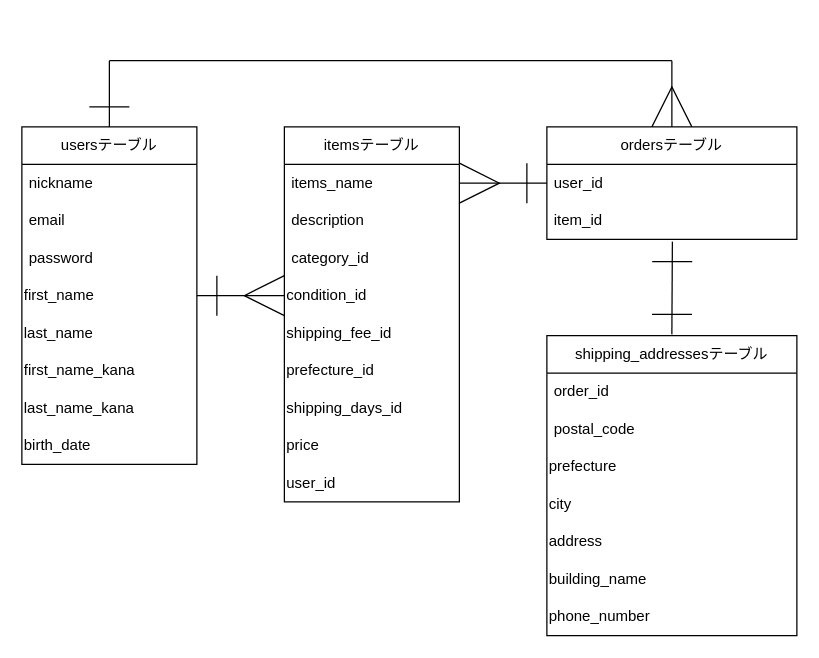
Before: er.dio in d-magaki/furima-42189, a draw.io diagram. Source tidied: cells renumbered, new cells numbered last; positions are measured from the earlier drawing's top-left corner, leaving out a move shared by most shapes. Both pictures are drawn from the tidied source at 125%, with x=0, y=0 at pixel (21, 54).
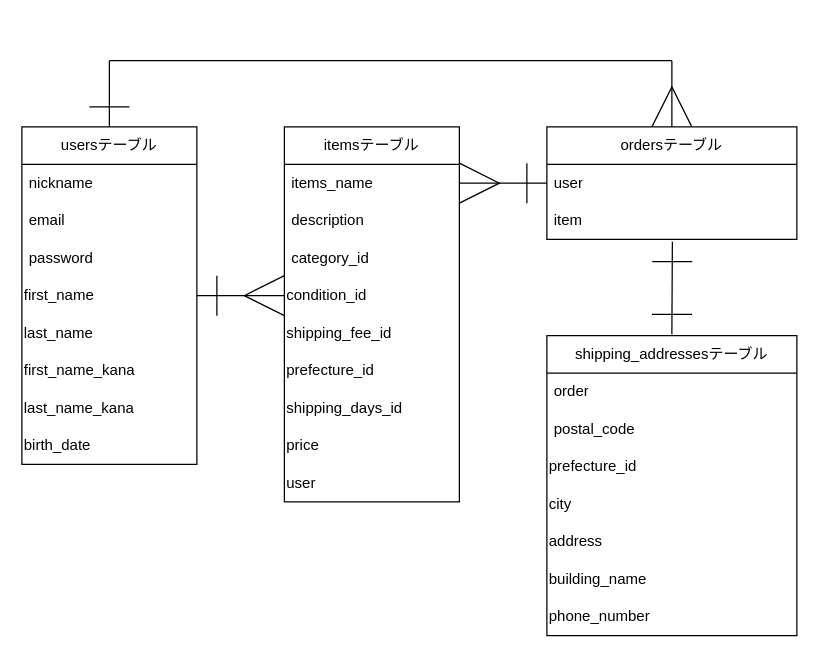
Above is the later version.

Unchanged cells that the change refers to:
```xml
<mxCell id="12" value="itemsテーブル" style="swimlane;fontStyle=0;horizontal=1;startSize=30;whiteSpace=wrap;html=1;" parent="1" vertex="1">
  <mxGeometry x="210" y="58" width="140" height="300" as="geometry" />
</mxCell>
<mxCell id="23" value="ordersテーブル" style="swimlane;fontStyle=0;horizontal=1;startSize=30;whiteSpace=wrap;html=1;" parent="1" vertex="1">
  <mxGeometry x="420" y="58" width="200" height="90" as="geometry" />
</mxCell>
<mxCell id="26" value="shipping_addressesテーブル" style="swimlane;fontStyle=0;horizontal=1;startSize=30;whiteSpace=wrap;html=1;" parent="1" vertex="1">
  <mxGeometry x="420" y="225" width="200" height="240" as="geometry" />
</mxCell>
```

What changed in the source:
```diff
@@
-    <mxCell id="21" value="user_id" style="text;html=1;align=left;verticalAlign=middle;whiteSpace=wrap;rounded=0;" parent="12" vertex="1">
+    <mxCell id="21" value="user" style="text;html=1;align=left;verticalAlign=middle;whiteSpace=wrap;rounded=0;" parent="12" vertex="1">
       <mxGeometry y="270" width="140" height="30" as="geometry" />
     </mxCell>
@@
-    <mxCell id="24" value="user_id" style="text;strokeColor=none;fillColor=none;align=left;verticalAlign=middle;spacingLeft=4;spacingRight=4;overflow=hidden;points=[[0,0.5],[1,0.5]];portConstraint=eastwest;whiteSpace=wrap;html=1;" parent="23" vertex="1">
+    <mxCell id="24" value="user" style="text;strokeColor=none;fillColor=none;align=left;verticalAlign=middle;spacingLeft=4;spacingRight=4;overflow=hidden;points=[[0,0.5],[1,0.5]];portConstraint=eastwest;whiteSpace=wrap;html=1;" parent="23" vertex="1">
       <mxGeometry y="30" width="200" height="30" as="geometry" />
     </mxCell>
-    <mxCell id="25" value="item_id" style="text;strokeColor=none;fillColor=none;align=left;verticalAlign=middle;spacingLeft=4;spacingRight=4;overflow=hidden;whiteSpace=wrap;html=1;" parent="23" vertex="1">
+    <mxCell id="25" value="item" style="text;strokeColor=none;fillColor=none;align=left;verticalAlign=middle;spacingLeft=4;spacingRight=4;overflow=hidden;whiteSpace=wrap;html=1;" parent="23" vertex="1">
       <mxGeometry y="60" width="200" height="30" as="geometry" />
     </mxCell>
@@
-    <mxCell id="27" value="order_id&amp;nbsp;" style="text;strokeColor=none;fillColor=none;align=left;verticalAlign=middle;spacingLeft=4;spacingRight=4;overflow=hidden;whiteSpace=wrap;html=1;" parent="26" vertex="1">
+    <mxCell id="27" value="order" style="text;strokeColor=none;fillColor=none;align=left;verticalAlign=middle;spacingLeft=4;spacingRight=4;overflow=hidden;whiteSpace=wrap;html=1;" parent="26" vertex="1">
       <mxGeometry y="30" width="200" height="30" as="geometry" />
     </mxCell>
@@
-    <mxCell id="29" value="prefecture" style="text;html=1;align=left;verticalAlign=middle;whiteSpace=wrap;rounded=0;" parent="26" vertex="1">
+    <mxCell id="29" value="prefecture&lt;span style=&quot;color: rgb(0, 0, 0);&quot;&gt;_id&amp;nbsp;&lt;/span&gt;" style="text;html=1;align=left;verticalAlign=middle;whiteSpace=wrap;rounded=0;" parent="26" vertex="1">
       <mxGeometry y="90" width="200" height="30" as="geometry" />
     </mxCell>
```
